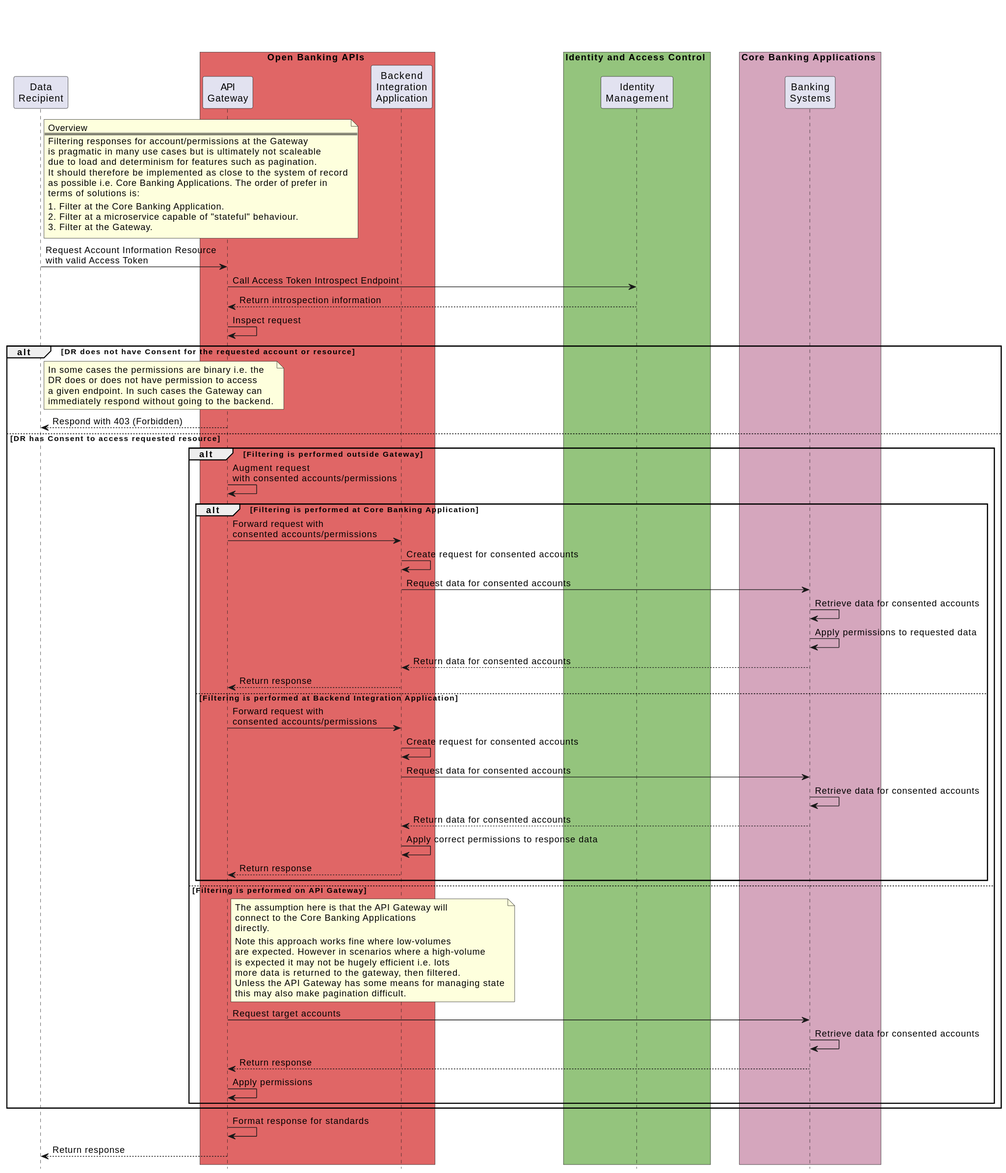
Axway/open-banking-docs keeps this PlantUML diagram as static/Images/Applying_Consent_Sequence.svg. Above is the earlier version. The source it was exported from:
```plantuml
@startuml Applying_Consent_Sequence

title \n\n

participant "Data\nRecipient" as DR

box Open Banking APIs #e06666
participant "API\nGateway" as API_GATEWAY
participant "Backend\nIntegration\nApplication" as BIA
end box

box Identity and Access Control #94c47d
participant "Identity\nManagement" as IAM
end box

box Core Banking Applications #d5a6bd
participant "Banking\nSystems" as ASPSP_API
end box

hide footbox

skinparam BoxPadding 20

note right of DR
Overview
===
Filtering responses for account/permissions at the Gateway
is pragmatic in many use cases but is ultimately not scaleable
due to load and determinism for features such as pagination.
It should therefore be implemented as close to the system of record
as possible i.e. Core Banking Applications. The order of prefer in
terms of solutions is:
|||
1. Filter at the Core Banking Application.
2. Filter at a microservice capable of "stateful" behaviour.
3. Filter at the Gateway.
end note

DR -> API_GATEWAY: Request Account Information Resource\nwith valid Access Token

API_GATEWAY -> IAM: Call Access Token Introspect Endpoint
API_GATEWAY <-- IAM: Return introspection information
API_GATEWAY -> API_GATEWAY: Inspect request

alt DR does not have Consent for the requested account or resource

note right of DR
In some cases the permissions are binary i.e. the
DR does or does not have permission to access
a given endpoint. In such cases the Gateway can
immediately respond without going to the backend.
end note

DR <-- API_GATEWAY: Respond with 403 (Forbidden)

else DR has Consent to access requested resource

alt Filtering is performed outside Gateway
API_GATEWAY -> API_GATEWAY: Augment request\nwith consented accounts/permissions

alt Filtering is performed at Core Banking Application

API_GATEWAY -> BIA: Forward request with\nconsented accounts/permissions
BIA -> BIA: Create request for consented accounts
BIA -> ASPSP_API: Request data for consented accounts
ASPSP_API -> ASPSP_API: Retrieve data for consented accounts
ASPSP_API -> ASPSP_API: Apply permissions to requested data
BIA <-- ASPSP_API: Return data for consented accounts
API_GATEWAY <-- BIA: Return response

else Filtering is performed at Backend Integration Application

API_GATEWAY -> BIA: Forward request with\nconsented accounts/permissions
BIA -> BIA: Create request for consented accounts
BIA -> ASPSP_API: Request data for consented accounts
ASPSP_API -> ASPSP_API: Retrieve data for consented accounts
BIA <-- ASPSP_API: Return data for consented accounts
BIA -> BIA: Apply correct permissions to response data
API_GATEWAY <-- BIA: Return response

end alt

else Filtering is performed on API Gateway

note right of API_GATEWAY
The assumption here is that the API Gateway will
connect to the Core Banking Applications
directly.
|||
Note this approach works fine where low-volumes
are expected. However in scenarios where a high-volume
is expected it may not be hugely efficient i.e. lots
more data is returned to the gateway, then filtered.
Unless the API Gateway has some means for managing state
this may also make pagination difficult.
end note

API_GATEWAY -> ASPSP_API: Request target accounts
ASPSP_API -> ASPSP_API: Retrieve data for consented accounts
API_GATEWAY <-- ASPSP_API: Return response
API_GATEWAY -> API_GATEWAY: Apply permissions

end alt
end alt

API_GATEWAY -> API_GATEWAY: Format response for standards
DR <-- API_GATEWAY: Return response

@enduml
```
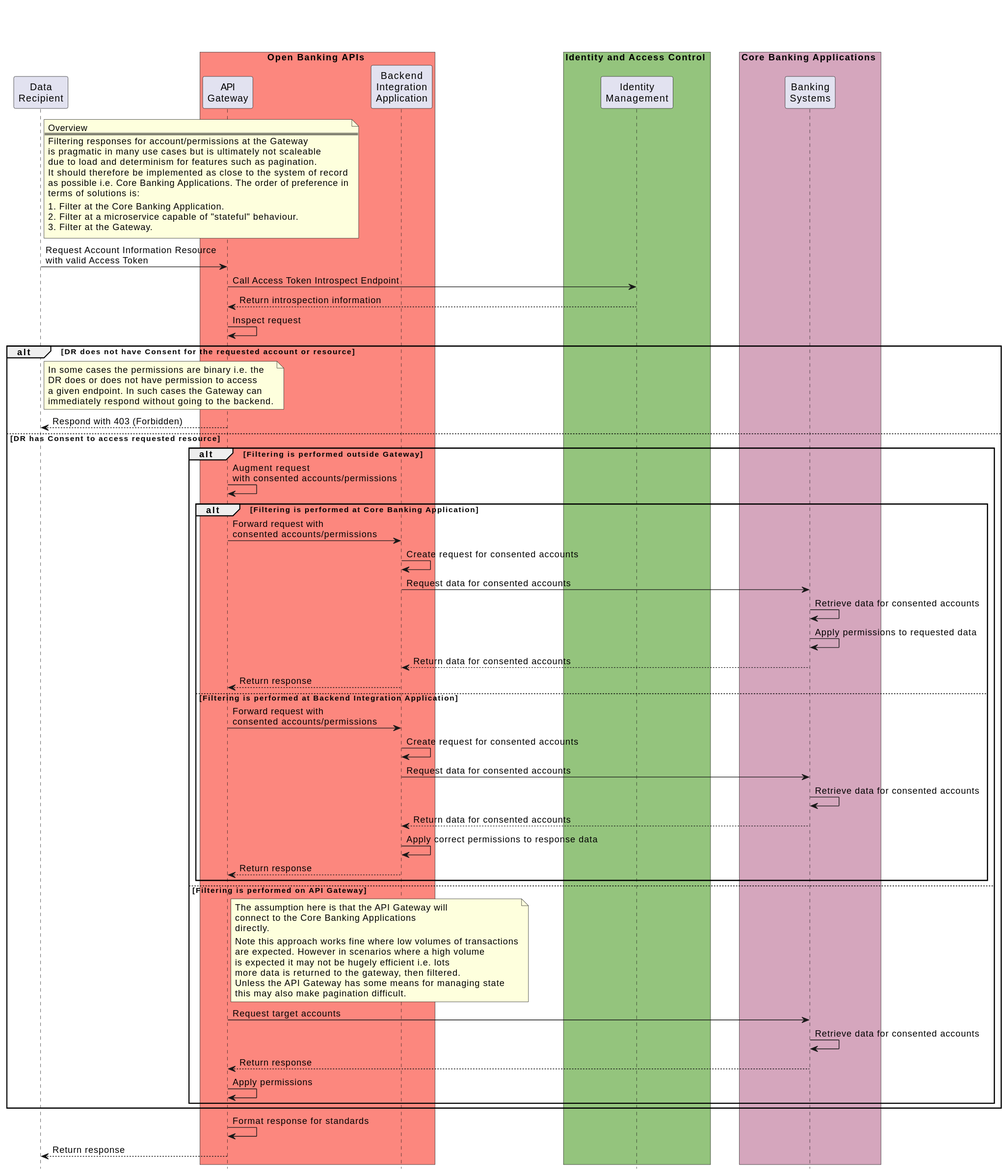
The same file after the commit.

Change to the diagram source:
```diff
@@ -4,7 +4,7 @@
 
 participant "Data\nRecipient" as DR
 
-box Open Banking APIs #e06666
+box Open Banking APIs #fc877e
 participant "API\nGateway" as API_GATEWAY
 participant "Backend\nIntegration\nApplication" as BIA
 end box
@@ -28,7 +28,7 @@
 is pragmatic in many use cases but is ultimately not scaleable
 due to load and determinism for features such as pagination.
 It should therefore be implemented as close to the system of record
-as possible i.e. Core Banking Applications. The order of prefer in
+as possible i.e. Core Banking Applications. The order of preference in
 terms of solutions is:
 |||
 1. Filter at the Core Banking Application.
@@ -87,8 +87,8 @@
 connect to the Core Banking Applications
 directly.
 |||
-Note this approach works fine where low-volumes
-are expected. However in scenarios where a high-volume
+Note this approach works fine where low volumes of transactions
+are expected. However in scenarios where a high volume
 is expected it may not be hugely efficient i.e. lots
 more data is returned to the gateway, then filtered.
 Unless the API Gateway has some means for managing state
```
